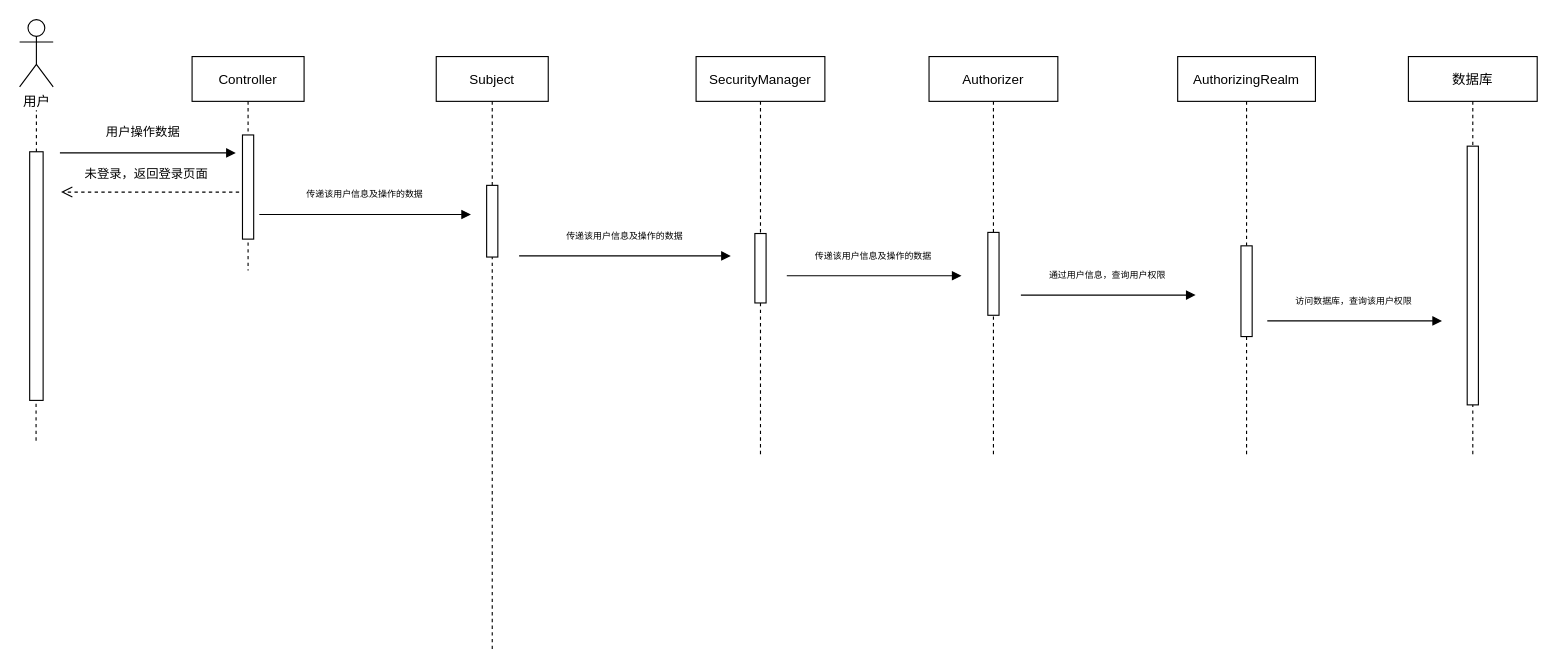
crayon-big-new/ComputerNetworking keeps this draw.io diagram as Untitled Diagram.drawio. Above is the earlier version. Source tidied: cells renumbered, new cells numbered last; positions are measured from the earlier drawing's top-left corner, leaving out a move shared by most shapes. Both pictures are drawn from the tidied source at 112%, with x=0, y=0 at pixel (19, 19).
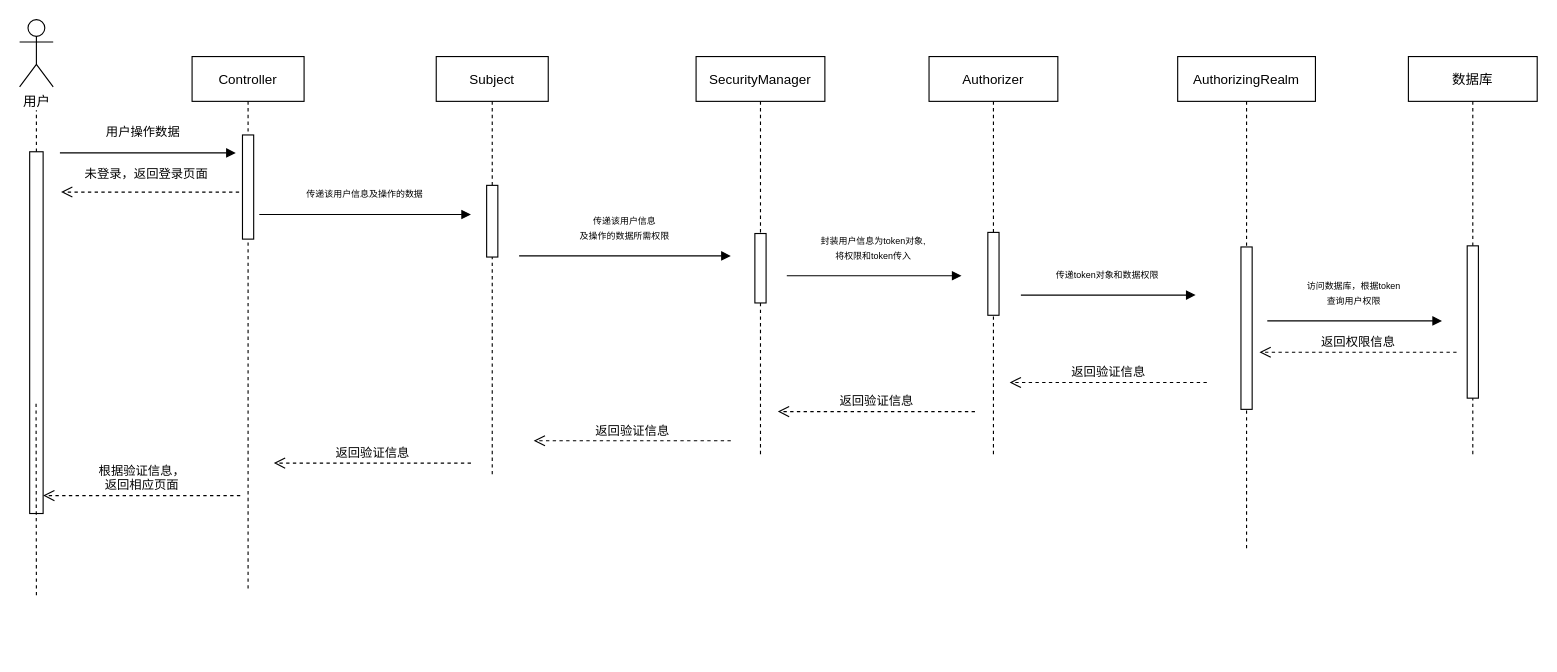
After the change.

Unchanged cells that the change refers to:
```xml
<mxCell id="17" value="数据库" style="shape=umlLifeline;perimeter=lifelinePerimeter;rounded=0;shadow=0;strokeWidth=1;" parent="1" vertex="1">
  <mxGeometry x="1240" y="33" width="115" height="358" as="geometry" />
</mxCell>
```

Change to the diagram source:
```diff
@@
     <mxCell id="2" value="Controller" style="shape=umlLifeline;perimeter=lifelinePerimeter;rounded=0;shadow=0;strokeWidth=1;" parent="1" vertex="1">
-      <mxGeometry x="154" y="33" width="100" height="191" as="geometry" />
+      <mxGeometry x="154" y="33" width="100" height="478" as="geometry" />
     </mxCell>
@@
     <mxCell id="4" value="Subject" style="shape=umlLifeline;perimeter=lifelinePerimeter;rounded=0;shadow=0;strokeWidth=1;" parent="1" vertex="1">
-      <mxGeometry x="372" y="33" width="100" height="532" as="geometry" />
+      <mxGeometry x="372" y="33" width="100" height="376" as="geometry" />
     </mxCell>
@@
     <mxCell id="7" style="rounded=0;whiteSpace=wrap;html=1;" parent="1" vertex="1">
-      <mxGeometry x="9" y="118" width="12" height="222" as="geometry" />
+      <mxGeometry x="9" y="118" width="12" height="323" as="geometry" />
     </mxCell>
@@
-    <mxCell id="9" style="endArrow=none;dashed=1;html=1;exitX=0.5;exitY=0;exitDx=0;exitDy=0;" parent="1" edge="1">
+    <mxCell id="9" style="endArrow=none;dashed=1;html=1;" parent="1" edge="1">
       <mxGeometry relative="1" as="geometry">
-        <mxPoint x="14.7" y="376" as="sourcePoint" />
+        <mxPoint x="15" y="514" as="sourcePoint" />
         <mxPoint x="14.7" y="340" as="targetPoint" />
       </mxGeometry>
     </mxCell>
@@
     <mxCell id="14" value="AuthorizingRealm" style="shape=umlLifeline;perimeter=lifelinePerimeter;rounded=0;shadow=0;strokeWidth=1;" parent="1" vertex="1">
-      <mxGeometry x="1034" y="33" width="123" height="358" as="geometry" />
+      <mxGeometry x="1034" y="33" width="123" height="440" as="geometry" />
     </mxCell>
     <mxCell id="15" style="perimeter=orthogonalPerimeter;rounded=0;shadow=0;strokeWidth=1;" parent="14" vertex="1">
-      <mxGeometry x="56.5" y="169" width="10" height="81" as="geometry" />
+      <mxGeometry x="56.5" y="170" width="10" height="145" as="geometry" />
     </mxCell>
@@
     <mxCell id="18" style="perimeter=orthogonalPerimeter;rounded=0;shadow=0;strokeWidth=1;" parent="17" vertex="1">
-      <mxGeometry x="52.5" y="80" width="10" height="231" as="geometry" />
+      <mxGeometry x="52.5" y="169" width="10" height="136" as="geometry" />
     </mxCell>
-    <mxCell id="19" value="&lt;font style=&quot;font-size: 8px&quot;&gt;传递该用户信息及操作的数据&lt;/font&gt;" style="html=1;verticalAlign=bottom;endArrow=block;" parent="1" edge="1">
+    <mxCell id="19" value="&lt;font style=&quot;font-size: 8px&quot;&gt;传递该用户信息及操作的数据&lt;br&gt;&lt;/font&gt;" style="html=1;verticalAlign=bottom;endArrow=block;" parent="1" edge="1">
       <mxGeometry x="-0.01" y="10" relative="1" as="geometry">
         <mxPoint x="214" y="174" as="sourcePoint" />
         <mxPoint x="403" y="174" as="targetPoint" />
         <Array as="points">
           <mxPoint x="311" y="174" />
         </Array>
       </mxGeometry>
     </mxCell>
@@
-    <mxCell id="21" value="&lt;font style=&quot;font-size: 8px&quot;&gt;传递该用户信息及操作的数据&lt;/font&gt;" style="html=1;verticalAlign=bottom;endArrow=block;" parent="1" edge="1">
+    <mxCell id="21" value="&lt;span style=&quot;font-size: 8px&quot;&gt;封装用户信息为token对象,&lt;br&gt;&lt;/span&gt;&lt;span style=&quot;font-size: 8px&quot;&gt;将权限和token传入&lt;br&gt;&lt;/span&gt;" style="html=1;verticalAlign=bottom;endArrow=block;" parent="1" edge="1">
       <mxGeometry x="-0.01" y="10" relative="1" as="geometry">
         <mxPoint x="685" y="228.7" as="sourcePoint" />
         <mxPoint x="841" y="228.7" as="targetPoint" />
         <Array as="points">
           <mxPoint x="729" y="228.7" />
           <mxPoint x="782" y="228.7" />
         </Array>
       </mxGeometry>
     </mxCell>
-    <mxCell id="22" value="&lt;font style=&quot;font-size: 8px&quot;&gt;传递该用户信息及操作的数据&lt;/font&gt;" style="html=1;verticalAlign=bottom;endArrow=block;" parent="1" edge="1">
+    <mxCell id="22" value="&lt;font style=&quot;font-size: 8px&quot;&gt;传递该用户信息&lt;br&gt;及操作的数据所需权限&lt;/font&gt;" style="html=1;verticalAlign=bottom;endArrow=block;" parent="1" edge="1">
       <mxGeometry x="-0.01" y="10" relative="1" as="geometry">
         <mxPoint x="446" y="211" as="sourcePoint" />
         <mxPoint x="635" y="211" as="targetPoint" />
         <Array as="points">
           <mxPoint x="543" y="211" />
         </Array>
       </mxGeometry>
     </mxCell>
-    <mxCell id="23" value="&lt;span style=&quot;font-size: 8px&quot;&gt;通过用户信息，查询用户权限&lt;/span&gt;" style="html=1;verticalAlign=bottom;endArrow=block;" parent="1" edge="1">
+    <mxCell id="23" value="&lt;span style=&quot;font-size: 8px&quot;&gt;传递token对象和数据权限&lt;/span&gt;" style="html=1;verticalAlign=bottom;endArrow=block;" parent="1" edge="1">
       <mxGeometry x="-0.01" y="10" relative="1" as="geometry">
         <mxPoint x="894" y="246" as="sourcePoint" />
         <mxPoint x="1050" y="246" as="targetPoint" />
         <Array as="points">
           <mxPoint x="938" y="246" />
           <mxPoint x="991" y="246" />
         </Array>
       </mxGeometry>
     </mxCell>
-    <mxCell id="24" value="&lt;span style=&quot;font-size: 8px&quot;&gt;访问数据库，查询该用户权限&lt;/span&gt;" style="html=1;verticalAlign=bottom;endArrow=block;" parent="1" edge="1">
+    <mxCell id="24" value="&lt;span style=&quot;font-size: 8px&quot;&gt;访问数据库，根据token&lt;br&gt;查询用户权限&lt;br&gt;&lt;/span&gt;" style="html=1;verticalAlign=bottom;endArrow=block;" parent="1" edge="1">
       <mxGeometry x="-0.01" y="10" relative="1" as="geometry">
         <mxPoint x="1114" y="269" as="sourcePoint" />
         <mxPoint x="1270" y="269" as="targetPoint" />
         <Array as="points">
           <mxPoint x="1158" y="269" />
           <mxPoint x="1211" y="269" />
         </Array>
       </mxGeometry>
     </mxCell>
+    <mxCell id="25" value="返回权限信息" style="html=1;verticalAlign=bottom;endArrow=open;dashed=1;endSize=8;shadow=0;" parent="1" edge="1">
+      <mxGeometry relative="1" as="geometry">
+        <mxPoint x="1283" y="297" as="sourcePoint" />
+        <mxPoint x="1107" y="297" as="targetPoint" />
+      </mxGeometry>
+    </mxCell>
+    <mxCell id="26" value="返回验证信息" style="html=1;verticalAlign=bottom;endArrow=open;dashed=1;endSize=8;shadow=0;" parent="1" edge="1">
+      <mxGeometry relative="1" as="geometry">
+        <mxPoint x="1060" y="324" as="sourcePoint" />
+        <mxPoint x="884" y="324" as="targetPoint" />
+      </mxGeometry>
+    </mxCell>
+    <mxCell id="27" value="返回验证信息" style="html=1;verticalAlign=bottom;endArrow=open;dashed=1;endSize=8;shadow=0;" parent="1" edge="1">
+      <mxGeometry relative="1" as="geometry">
+        <mxPoint x="853" y="350" as="sourcePoint" />
+        <mxPoint x="677" y="350" as="targetPoint" />
+      </mxGeometry>
+    </mxCell>
+    <mxCell id="28" value="返回验证信息" style="html=1;verticalAlign=bottom;endArrow=open;dashed=1;endSize=8;shadow=0;" parent="1" edge="1">
+      <mxGeometry relative="1" as="geometry">
+        <mxPoint x="635" y="376" as="sourcePoint" />
+        <mxPoint x="459" y="376" as="targetPoint" />
+      </mxGeometry>
+    </mxCell>
+    <mxCell id="29" value="返回验证信息" style="html=1;verticalAlign=bottom;endArrow=open;dashed=1;endSize=8;shadow=0;" parent="1" edge="1">
+      <mxGeometry relative="1" as="geometry">
+        <mxPoint x="403" y="396" as="sourcePoint" />
+        <mxPoint x="227" y="396" as="targetPoint" />
+      </mxGeometry>
+    </mxCell>
+    <mxCell id="30" value="根据验证信息，&lt;br&gt;返回相应页面" style="html=1;verticalAlign=bottom;endArrow=open;dashed=1;endSize=8;shadow=0;" parent="1" edge="1">
+      <mxGeometry relative="1" as="geometry">
+        <mxPoint x="197" y="425" as="sourcePoint" />
+        <mxPoint x="21" y="425" as="targetPoint" />
+      </mxGeometry>
+    </mxCell>
```
